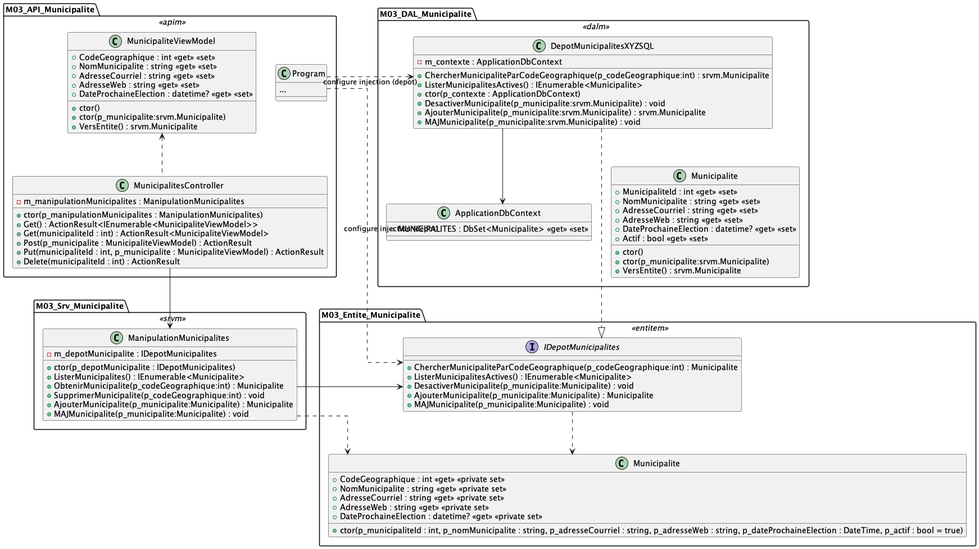
Before: images/Module03_REST02/diag/municipalite_api_diag_classes/municipalite_api_diag_classes.png, a diagram exported from PlantUML (PiFou86/420-W47-SF).
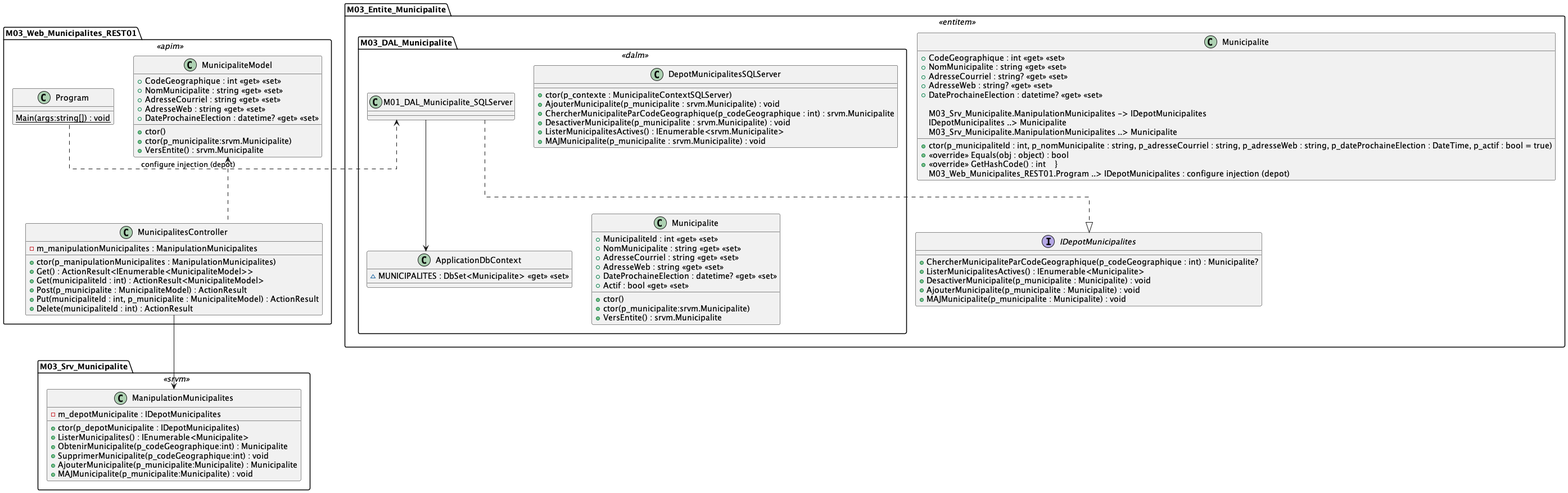
After the change.

Change to the diagram source:
```diff
@@ -1,22 +1,22 @@
 @startuml
 skinparam linetype ortho
 
-namespace M03_API_Municipalite << apim >> {
+namespace M03_Web_Municipalites_REST01 << apim >> {
     class Program {
-        ...
+        {static} Main(args:string[]) : void
     }
 
     class MunicipalitesController {
         - m_manipulationMunicipalites : ManipulationMunicipalites
         + ctor(p_manipulationMunicipalites : ManipulationMunicipalites)
-        + Get() : ActionResult<IEnumerable<MunicipaliteViewModel>>
-        + Get(municipaliteId : int) : ActionResult<MunicipaliteViewModel>
-        + Post(p_municipalite : MunicipaliteViewModel) : ActionResult
-        + Put(municipaliteId : int, p_municipalite : MunicipaliteViewModel) : ActionResult
+        + Get() : ActionResult<IEnumerable<MunicipaliteModel>>
+        + Get(municipaliteId : int) : ActionResult<MunicipaliteModel>
+        + Post(p_municipalite : MunicipaliteModel) : ActionResult
+        + Put(municipaliteId : int, p_municipalite : MunicipaliteModel) : ActionResult
         + Delete(municipaliteId : int) : ActionResult
     }
 
-    class MunicipaliteViewModel {
+    class MunicipaliteModel {
         + CodeGeographique : int <<get>> <<set>>
         + NomMunicipalite : string <<get>> <<set>>
         + AdresseCourriel : string <<get>> <<set>>
@@ -27,7 +27,7 @@
         + VersEntite() : srvm.Municipalite
     }
 
-    MunicipalitesController .u.> MunicipaliteViewModel
+    MunicipalitesController .u.> MunicipaliteModel
 }
 
 namespace M03_Srv_Municipalite << srvm >> {
@@ -41,31 +41,32 @@
         + MAJMunicipalite(p_municipalite:Municipalite) : void
     }
 
-    M03_API_Municipalite.MunicipalitesController --> ManipulationMunicipalites
+    M03_Web_Municipalites_REST01.MunicipalitesController --> ManipulationMunicipalites
 }
 
 namespace M03_Entite_Municipalite << entitem >> {
     interface IDepotMunicipalites {
-        + ChercherMunicipaliteParCodeGeographique(p_codeGeographique:int) : Municipalite
+        + ChercherMunicipaliteParCodeGeographique(p_codeGeographique : int) : Municipalite?
         + ListerMunicipalitesActives() : IEnumerable<Municipalite>
-        + DesactiverMunicipalite(p_municipalite:Municipalite) : void
-        + AjouterMunicipalite(p_municipalite:Municipalite) : Municipalite
-        + MAJMunicipalite(p_municipalite:Municipalite) : void
+        + DesactiverMunicipalite(p_municipalite : Municipalite) : void
+        + AjouterMunicipalite(p_municipalite : Municipalite) : void
+        + MAJMunicipalite(p_municipalite : Municipalite) : void
     }
 
     class Municipalite {
-        + CodeGeographique : int <<get>> <<private set>>
-        + NomMunicipalite : string <<get>> <<private set>>
-        + AdresseCourriel : string <<get>> <<private set>>
-        + AdresseWeb : string <<get>> <<private set>>
-        + DateProchaineElection : datetime? <<get>> <<private set>>
         + ctor(p_municipaliteId : int, p_nomMunicipalite : string, p_adresseCourriel : string, p_adresseWeb : string, p_dateProchaineElection : DateTime, p_actif : bool = true)
-    }
+        + CodeGeographique : int <<get>> <<set>>
+        + NomMunicipalite : string <<get>> <<set>>
+        + AdresseCourriel : string? <<get>> <<set>>
+        + AdresseWeb : string? <<get>> <<set>>
+        + DateProchaineElection : datetime? <<get>> <<set>>
+        + <<override>> Equals(obj : object) : bool
+        + <<override>> GetHashCode() : int    }
 
     M03_Srv_Municipalite.ManipulationMunicipalites -> IDepotMunicipalites
     IDepotMunicipalites ..> Municipalite
     M03_Srv_Municipalite.ManipulationMunicipalites ..> Municipalite
-    M03_API_Municipalite.Program ..> IDepotMunicipalites : configure injection (depot)
+    M03_Web_Municipalites_REST01.Program ..> IDepotMunicipalites : configure injection (depot)
 }
 
 namespace M03_DAL_Municipalite << dalm >> {
@@ -73,15 +74,15 @@
         ~ MUNICIPALITES : DbSet<Municipalite> <<get>> <<set>>
     }
 
-    class DepotMunicipalitesXYZSQL {
-        - m_contexte : ApplicationDbContext
-        + ChercherMunicipaliteParCodeGeographique(p_codeGeographique:int) : srvm.Municipalite
-        + ListerMunicipalitesActives() : IEnumerable<Municipalite>
-        + ctor(p_contexte : ApplicationDbContext)
-        + DesactiverMunicipalite(p_municipalite:srvm.Municipalite) : void
-        + AjouterMunicipalite(p_municipalite:srvm.Municipalite) : srvm.Municipalite
-        + MAJMunicipalite(p_municipalite:srvm.Municipalite) : void
+    class DepotMunicipalitesSQLServer {
+        + ctor(p_contexte : MunicipaliteContextSQLServer)
+        + AjouterMunicipalite(p_municipalite : srvm.Municipalite) : void
+        + ChercherMunicipaliteParCodeGeographique(p_codeGeographique : int) : srvm.Municipalite
+        + DesactiverMunicipalite(p_municipalite : srvm.Municipalite) : void
+        + ListerMunicipalitesActives() : IEnumerable<srvm.Municipalite>
+        + MAJMunicipalite(p_municipalite : srvm.Municipalite) : void
     }
+
 
     class Municipalite {
         + MunicipaliteId : int <<get>> <<set>>
@@ -95,10 +96,10 @@
         + VersEntite() : srvm.Municipalite
     }
 
-    DepotMunicipalitesXYZSQL --> ApplicationDbContext
-    DepotMunicipalitesXYZSQL -[hidden]-> Municipalite
-    M03_API_Municipalite.Program .> DepotMunicipalitesXYZSQL : configure injection (depot)
-    DepotMunicipalitesXYZSQL ..|> M03_Entite_Municipalite.IDepotMunicipalites
+    M01_DAL_Municipalite_SQLServer --> ApplicationDbContext
+    M01_DAL_Municipalite_SQLServer -[hidden]-> Municipalite
+    M03_Web_Municipalites_REST01.Program .> M01_DAL_Municipalite_SQLServer : configure injection (depot)
+    M01_DAL_Municipalite_SQLServer ..|> M03_Entite_Municipalite.IDepotMunicipalites
 }
 
 @enduml
```
